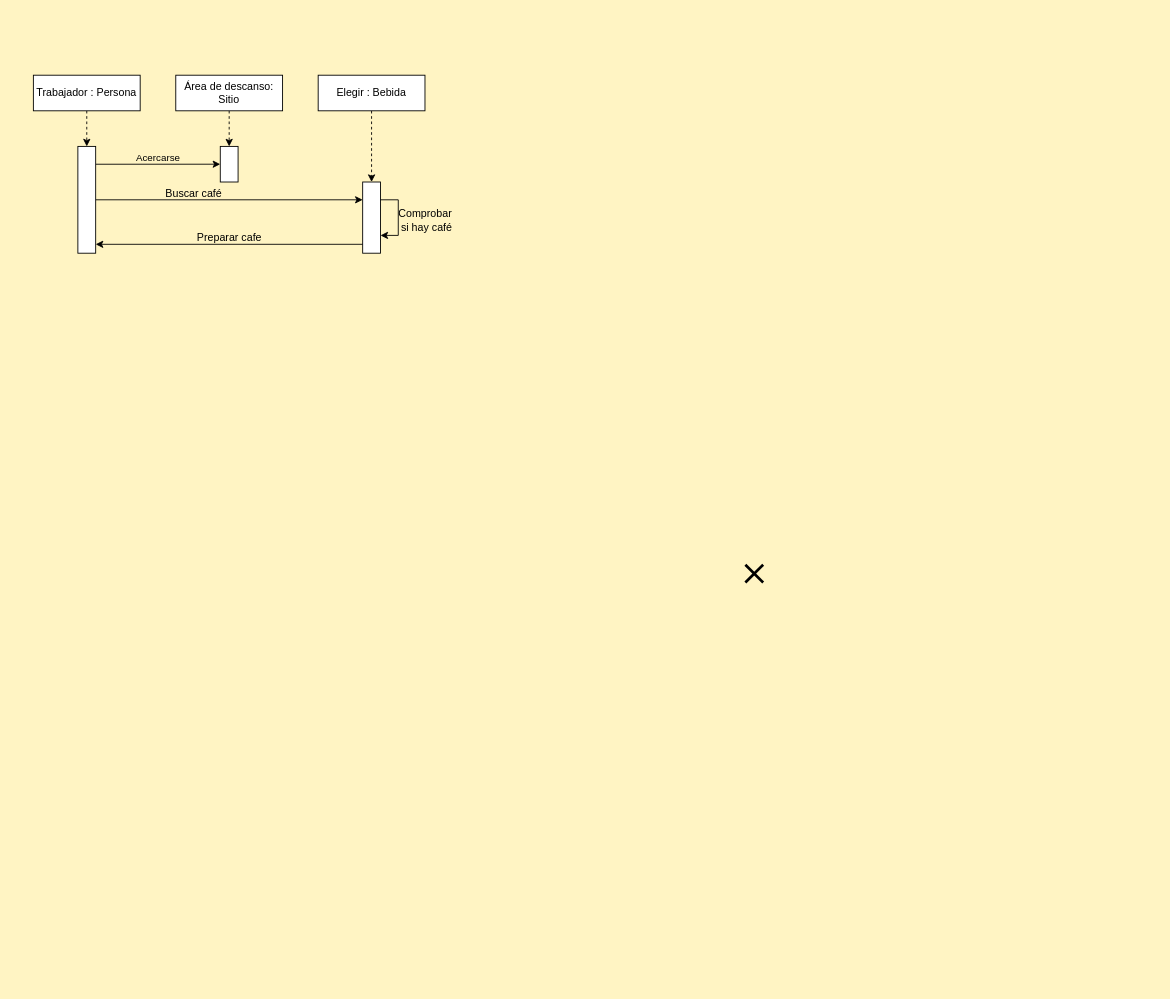
The draw.io diagram 02_Entornos de desarrollo/UT_6/Ejercicios06/Ejercicios/Ejer08/Ejer08.drawio in antgomper/Curso_23-24_DAW, before the edit. Source tidied: cells renumbered, new cells numbered last; positions are measured from the earlier drawing's top-left corner, leaving out a move shared by most shapes. Both pictures are drawn from the tidied source at 89%, with x=0, y=0 at pixel (33, 75).
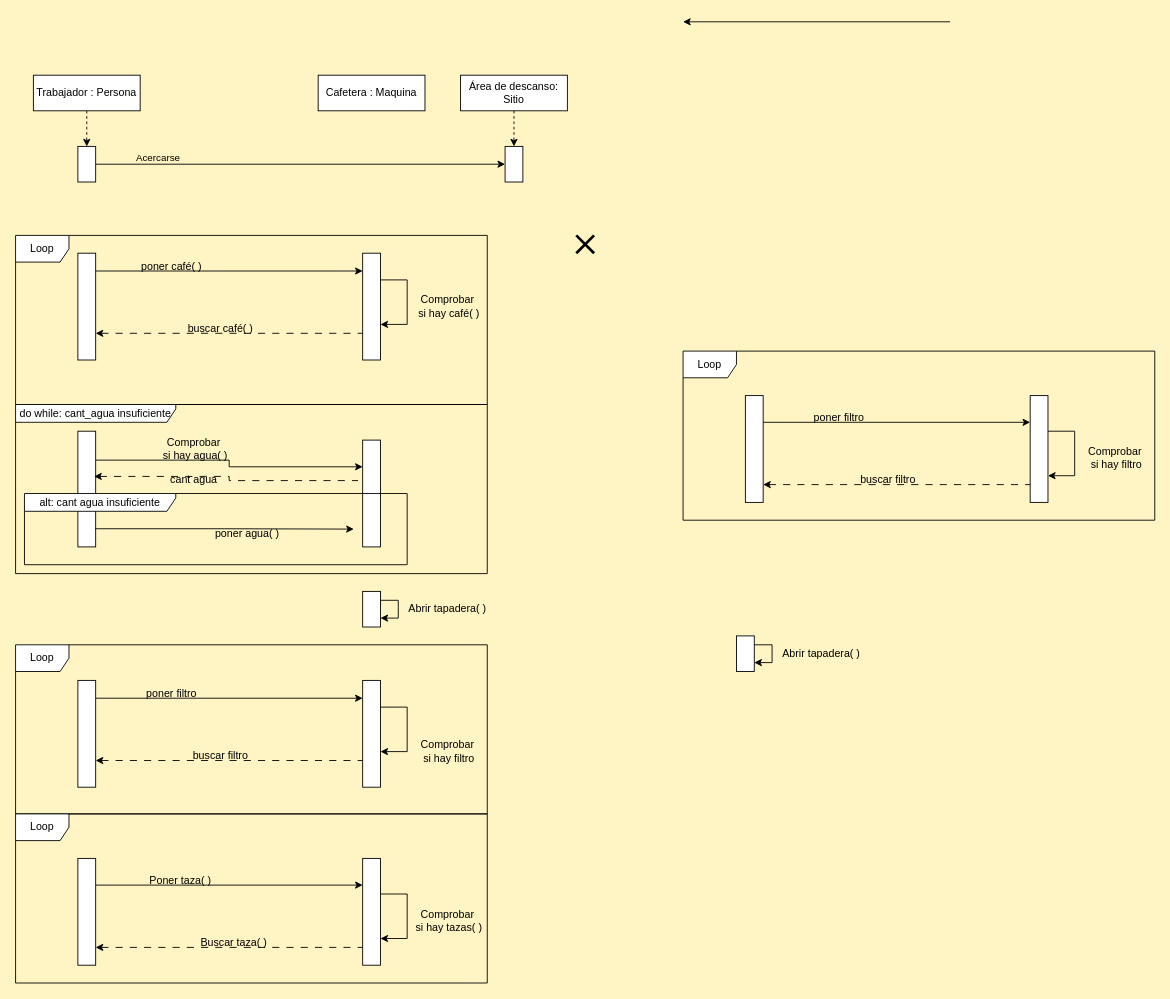
Above is the later version.

Unchanged cells that the change refers to:
```xml
<mxCell id="3" value="Trabajador : Persona" style="rounded=0;whiteSpace=wrap;html=1;" parent="1" vertex="1">
  <mxGeometry width="120" height="40" as="geometry" />
</mxCell>
```

Diff of the diagram source:
```diff
@@
-    <mxCell id="2" style="edgeStyle=orthogonalEdgeStyle;rounded=0;jettySize=auto;html=1;exitX=0.5;exitY=1;exitDx=0;exitDy=0;dashed=1;" parent="1" edge="1" source="3" target="6">
-      <mxGeometry relative="1" as="geometry" />
-    </mxCell>
+    <mxCell id="20" style="edgeStyle=orthogonalEdgeStyle;rounded=0;jettySize=auto;html=1;exitX=0.5;exitY=1;exitDx=0;exitDy=0;entryX=0.5;entryY=0;entryDx=0;entryDy=0;startArrow=none;startFill=0;dashed=1;" parent="1" edge="1" source="3" target="26">
+      <mxGeometry relative="1" as="geometry" />
+    </mxCell>
@@
-    <mxCell id="4" style="edgeStyle=orthogonalEdgeStyle;rounded=0;jettySize=auto;html=1;exitX=1;exitY=0.167;exitDx=0;exitDy=0;entryX=0;entryY=0.5;entryDx=0;entryDy=0;exitPerimeter=0;" parent="1" edge="1" source="6" target="10">
+    <mxCell id="4" style="edgeStyle=orthogonalEdgeStyle;rounded=0;jettySize=auto;html=1;entryX=0;entryY=0.5;entryDx=0;entryDy=0;jumpStyle=none;jumpSize=5;exitX=1;exitY=0.5;exitDx=0;exitDy=0;" parent="1" edge="1" source="26" target="10">
       <mxGeometry relative="1" as="geometry" />
     </mxCell>
-    <mxCell id="5" style="edgeStyle=orthogonalEdgeStyle;rounded=0;jettySize=auto;html=1;exitX=1;exitY=0.5;exitDx=0;exitDy=0;entryX=0;entryY=0.25;entryDx=0;entryDy=0;" parent="1" edge="1" source="6" target="14">
-      <mxGeometry relative="1" as="geometry" />
-    </mxCell>
     <mxCell id="6" style="rounded=0;whiteSpace=wrap;html=1;" parent="1" vertex="1">
-      <mxGeometry x="50" y="80" width="20" height="120" as="geometry" />
+      <mxGeometry x="50" y="200" width="20" height="120" as="geometry" />
     </mxCell>
     <mxCell id="7" style="shape=umlDestroy;whiteSpace=wrap;html=1;strokeWidth=3;targetShapes=umlLifeline;" parent="1" vertex="1">
-      <mxGeometry x="800" y="550" width="20" height="20" as="geometry" />
+      <mxGeometry x="610" y="180" width="20" height="20" as="geometry" />
     </mxCell>
@@
     <mxCell id="9" value="Área de descanso: Sitio" style="rounded=0;whiteSpace=wrap;html=1;" parent="1" vertex="1">
-      <mxGeometry x="160" width="120" height="40" as="geometry" />
+      <mxGeometry x="480" width="120" height="40" as="geometry" />
     </mxCell>
     <mxCell id="10" style="rounded=0;whiteSpace=wrap;html=1;" parent="1" vertex="1">
-      <mxGeometry x="210" y="80" width="20" height="40" as="geometry" />
+      <mxGeometry x="530" y="80" width="20" height="40" as="geometry" />
     </mxCell>
@@
-    <mxCell id="12" style="edgeStyle=orthogonalEdgeStyle;rounded=0;jettySize=auto;html=1;exitX=0.5;exitY=1;exitDx=0;exitDy=0;entryX=0.5;entryY=0;entryDx=0;entryDy=0;dashed=1;" parent="1" edge="1" source="13" target="14">
-      <mxGeometry relative="1" as="geometry" />
-    </mxCell>
-    <mxCell id="13" value="Elegir : Bebida" style="rounded=0;whiteSpace=wrap;html=1;" parent="1" vertex="1">
+    <mxCell id="13" value="Cafetera : Maquina" style="rounded=0;whiteSpace=wrap;html=1;" parent="1" vertex="1">
       <mxGeometry x="320" width="120" height="40" as="geometry" />
     </mxCell>
     <mxCell id="14" style="rounded=0;whiteSpace=wrap;html=1;" parent="1" vertex="1">
-      <mxGeometry x="370" y="120" width="20" height="80" as="geometry" />
+      <mxGeometry x="370" y="200" width="20" height="120" as="geometry" />
     </mxCell>
-    <mxCell id="15" value="Buscar café" style="text;html=1;align=center;verticalAlign=middle;strokeColor=none;fillColor=none;" parent="1" vertex="1">
-      <mxGeometry x="135" y="118" width="90" height="30" as="geometry" />
-    </mxCell>
-    <mxCell id="16" style="edgeStyle=orthogonalEdgeStyle;rounded=0;orthogonalLoop=1;jettySize=auto;html=1;exitX=1;exitY=0.25;exitDx=0;exitDy=0;entryX=1;entryY=0.75;entryDx=0;entryDy=0;" parent="1" edge="1" source="14" target="14">
-      <mxGeometry relative="1" as="geometry" />
-    </mxCell>
     <mxCell id="17" style="edgeStyle=orthogonalEdgeStyle;rounded=0;orthogonalLoop=1;jettySize=auto;html=1;exitX=1;exitY=0.5;exitDx=0;exitDy=0;entryX=0;entryY=0.25;entryDx=0;entryDy=0;startArrow=classic;startFill=1;endArrow=none;endFill=0;" parent="1" edge="1">
       <mxGeometry relative="1" as="geometry">
-        <mxPoint x="70" y="190" as="sourcePoint" />
-        <mxPoint x="370" y="190" as="targetPoint" />
+        <mxPoint x="730" y="-60" as="sourcePoint" />
+        <mxPoint x="1030" y="-60" as="targetPoint" />
       </mxGeometry>
     </mxCell>
-    <mxCell id="18" value="&lt;div&gt;Comprobar&lt;/div&gt;&lt;div&gt;&amp;nbsp;si hay café&lt;/div&gt;" style="text;html=1;align=center;verticalAlign=middle;strokeColor=none;fillColor=none;" parent="1" vertex="1">
-      <mxGeometry x="400" y="143" width="80" height="40" as="geometry" />
+    <mxCell id="18" value="&lt;div&gt;Comprobar&lt;/div&gt;&lt;div&gt;&amp;nbsp;si hay café( )&lt;br&gt;&lt;/div&gt;" style="text;html=1;align=center;verticalAlign=middle;strokeColor=none;fillColor=none;" parent="1" vertex="1">
+      <mxGeometry x="415" y="240" width="100" height="40" as="geometry" />
     </mxCell>
-    <mxCell id="19" value="Preparar cafe" style="text;html=1;align=center;verticalAlign=middle;strokeColor=none;fillColor=none;" parent="1" vertex="1">
-      <mxGeometry x="170" y="168" width="100" height="30" as="geometry" />
-    </mxCell>
+    <mxCell id="21" style="edgeStyle=orthogonalEdgeStyle;rounded=0;orthogonalLoop=1;jettySize=auto;html=1;exitX=1;exitY=0.25;exitDx=0;exitDy=0;entryX=1;entryY=0.5;entryDx=0;entryDy=0;" parent="1" edge="1">
+      <mxGeometry relative="1" as="geometry">
+        <mxPoint x="390" y="230" as="sourcePoint" />
+        <mxPoint x="390" y="280" as="targetPoint" />
+        <Array as="points">
+          <mxPoint x="420" y="230" />
+          <mxPoint x="420" y="280" />
+        </Array>
+      </mxGeometry>
+    </mxCell>
+    <mxCell id="22" style="edgeStyle=orthogonalEdgeStyle;rounded=0;orthogonalLoop=1;jettySize=auto;html=1;exitX=1;exitY=0.5;exitDx=0;exitDy=0;entryX=0;entryY=0.25;entryDx=0;entryDy=0;startArrow=none;startFill=0;endArrow=classic;endFill=1;" parent="1" edge="1">
+      <mxGeometry relative="1" as="geometry">
+        <mxPoint x="70" y="220" as="sourcePoint" />
+        <mxPoint x="370" y="220" as="targetPoint" />
+      </mxGeometry>
+    </mxCell>
+    <mxCell id="23" style="edgeStyle=orthogonalEdgeStyle;rounded=0;orthogonalLoop=1;jettySize=auto;html=1;exitX=1;exitY=0.5;exitDx=0;exitDy=0;entryX=0;entryY=0.25;entryDx=0;entryDy=0;startArrow=classic;startFill=1;endArrow=none;endFill=0;dashed=1;dashPattern=8 8;" parent="1" edge="1">
+      <mxGeometry relative="1" as="geometry">
+        <mxPoint x="70" y="290" as="sourcePoint" />
+        <mxPoint x="370" y="290" as="targetPoint" />
+      </mxGeometry>
+    </mxCell>
+    <mxCell id="24" value="poner café( )" style="text;html=1;align=center;verticalAlign=middle;strokeColor=none;fillColor=none;" parent="1" vertex="1">
+      <mxGeometry x="110" y="200" width="90" height="30" as="geometry" />
+    </mxCell>
+    <mxCell id="25" value="&lt;div&gt;buscar café( )&lt;br&gt;&lt;/div&gt;" style="text;html=1;align=center;verticalAlign=middle;strokeColor=none;fillColor=none;" parent="1" vertex="1">
+      <mxGeometry x="160" y="270" width="100" height="30" as="geometry" />
+    </mxCell>
+    <mxCell id="26" style="rounded=0;whiteSpace=wrap;html=1;" parent="1" vertex="1">
+      <mxGeometry x="50" y="80" width="20" height="40" as="geometry" />
+    </mxCell>
+    <mxCell id="27" value="Loop" style="shape=umlFrame;whiteSpace=wrap;html=1;" parent="1" vertex="1">
+      <mxGeometry x="-20" y="180" width="530" height="190" as="geometry" />
+    </mxCell>
+    <mxCell id="28" style="edgeStyle=orthogonalEdgeStyle;rounded=0;jettySize=auto;html=1;exitX=1;exitY=0.25;exitDx=0;exitDy=0;entryX=0;entryY=0.25;entryDx=0;entryDy=0;" parent="1" edge="1" source="29" target="30">
+      <mxGeometry relative="1" as="geometry" />
+    </mxCell>
+    <mxCell id="29" style="rounded=0;whiteSpace=wrap;html=1;" parent="1" vertex="1">
+      <mxGeometry x="50" y="400" width="20" height="130" as="geometry" />
+    </mxCell>
+    <mxCell id="30" style="rounded=0;whiteSpace=wrap;html=1;" parent="1" vertex="1">
+      <mxGeometry x="370" y="410" width="20" height="120" as="geometry" />
+    </mxCell>
+    <mxCell id="31" value="&lt;div&gt;Comprobar&lt;/div&gt;&lt;div&gt;&amp;nbsp;si hay agua( )&lt;br&gt;&lt;/div&gt;" style="text;html=1;align=center;verticalAlign=middle;strokeColor=none;fillColor=none;" parent="1" vertex="1">
+      <mxGeometry x="130" y="400" width="100" height="40" as="geometry" />
+    </mxCell>
+    <mxCell id="32" style="edgeStyle=orthogonalEdgeStyle;rounded=0;jettySize=auto;html=1;exitX=0.974;exitY=0.843;exitDx=0;exitDy=0;startArrow=none;startFill=0;endArrow=classic;endFill=1;exitPerimeter=0;" parent="1" edge="1" source="29">
+      <mxGeometry relative="1" as="geometry">
+        <mxPoint x="360" y="510" as="targetPoint" />
+      </mxGeometry>
+    </mxCell>
+    <mxCell id="33" style="edgeStyle=orthogonalEdgeStyle;rounded=0;jettySize=auto;html=1;exitX=0.915;exitY=0.391;exitDx=0;exitDy=0;entryX=-0.262;entryY=0.379;entryDx=0;entryDy=0;startArrow=classic;startFill=1;endArrow=none;endFill=0;dashed=1;dashPattern=8 8;entryPerimeter=0;exitPerimeter=0;" parent="1" edge="1" source="29" target="30">
+      <mxGeometry relative="1" as="geometry" />
+    </mxCell>
+    <mxCell id="34" value="poner agua( )" style="text;html=1;align=center;verticalAlign=middle;strokeColor=none;fillColor=none;" parent="1" vertex="1">
+      <mxGeometry x="190" y="500" width="100" height="30" as="geometry" />
+    </mxCell>
+    <mxCell id="35" value="cant agua" style="text;html=1;align=center;verticalAlign=middle;strokeColor=none;fillColor=none;" parent="1" vertex="1">
+      <mxGeometry x="140" y="440" width="80" height="30" as="geometry" />
+    </mxCell>
+    <mxCell id="36" value="do while: cant_agua insuficiente" style="shape=umlFrame;whiteSpace=wrap;html=1;width=180;height=20;" parent="1" vertex="1">
+      <mxGeometry x="-20" y="370" width="530" height="190" as="geometry" />
+    </mxCell>
+    <mxCell id="37" style="rounded=0;whiteSpace=wrap;html=1;" parent="1" vertex="1">
+      <mxGeometry x="50" y="680" width="20" height="120" as="geometry" />
+    </mxCell>
+    <mxCell id="38" style="rounded=0;whiteSpace=wrap;html=1;" parent="1" vertex="1">
+      <mxGeometry x="370" y="680" width="20" height="120" as="geometry" />
+    </mxCell>
+    <mxCell id="39" value="&lt;div&gt;Comprobar&lt;/div&gt;&lt;div&gt;&amp;nbsp;si hay filtro&lt;br&gt;&lt;/div&gt;" style="text;html=1;align=center;verticalAlign=middle;strokeColor=none;fillColor=none;" parent="1" vertex="1">
+      <mxGeometry x="425" y="740" width="80" height="40" as="geometry" />
+    </mxCell>
+    <mxCell id="40" style="edgeStyle=orthogonalEdgeStyle;rounded=0;orthogonalLoop=1;jettySize=auto;html=1;exitX=1;exitY=0.25;exitDx=0;exitDy=0;entryX=1;entryY=0.5;entryDx=0;entryDy=0;" parent="1" edge="1">
+      <mxGeometry relative="1" as="geometry">
+        <mxPoint x="390" y="710" as="sourcePoint" />
+        <mxPoint x="390" y="760" as="targetPoint" />
+        <Array as="points">
+          <mxPoint x="420" y="710" />
+          <mxPoint x="420" y="760" />
+        </Array>
+      </mxGeometry>
+    </mxCell>
+    <mxCell id="41" style="edgeStyle=orthogonalEdgeStyle;rounded=0;orthogonalLoop=1;jettySize=auto;html=1;exitX=1;exitY=0.5;exitDx=0;exitDy=0;entryX=0;entryY=0.25;entryDx=0;entryDy=0;startArrow=none;startFill=0;endArrow=classic;endFill=1;" parent="1" edge="1">
+      <mxGeometry relative="1" as="geometry">
+        <mxPoint x="70" y="700" as="sourcePoint" />
+        <mxPoint x="370" y="700" as="targetPoint" />
+      </mxGeometry>
+    </mxCell>
+    <mxCell id="42" style="edgeStyle=orthogonalEdgeStyle;rounded=0;orthogonalLoop=1;jettySize=auto;html=1;exitX=1;exitY=0.5;exitDx=0;exitDy=0;entryX=0;entryY=0.25;entryDx=0;entryDy=0;startArrow=classic;startFill=1;endArrow=none;endFill=0;dashed=1;dashPattern=8 8;" parent="1" edge="1">
+      <mxGeometry relative="1" as="geometry">
+        <mxPoint x="70" y="770" as="sourcePoint" />
+        <mxPoint x="370" y="770" as="targetPoint" />
+      </mxGeometry>
+    </mxCell>
+    <mxCell id="43" value="poner filtro" style="text;html=1;align=center;verticalAlign=middle;strokeColor=none;fillColor=none;" parent="1" vertex="1">
+      <mxGeometry x="115" y="680" width="80" height="30" as="geometry" />
+    </mxCell>
+    <mxCell id="44" value="buscar filtro" style="text;html=1;align=center;verticalAlign=middle;strokeColor=none;fillColor=none;" parent="1" vertex="1">
+      <mxGeometry x="165" y="750" width="90" height="30" as="geometry" />
+    </mxCell>
+    <mxCell id="45" value="Loop" style="shape=umlFrame;whiteSpace=wrap;html=1;" parent="1" vertex="1">
+      <mxGeometry x="-20" y="640" width="530" height="190" as="geometry" />
+    </mxCell>
+    <mxCell id="46" style="rounded=0;whiteSpace=wrap;html=1;" parent="1" vertex="1">
+      <mxGeometry x="800" y="360" width="20" height="120" as="geometry" />
+    </mxCell>
+    <mxCell id="47" style="rounded=0;whiteSpace=wrap;html=1;" parent="1" vertex="1">
+      <mxGeometry x="1120" y="360" width="20" height="120" as="geometry" />
+    </mxCell>
+    <mxCell id="48" value="&lt;div&gt;Comprobar&lt;/div&gt;&lt;div&gt;&amp;nbsp;si hay filtro&lt;br&gt;&lt;/div&gt;" style="text;html=1;align=center;verticalAlign=middle;strokeColor=none;fillColor=none;" parent="1" vertex="1">
+      <mxGeometry x="1175" y="410" width="80" height="40" as="geometry" />
+    </mxCell>
+    <mxCell id="49" style="edgeStyle=orthogonalEdgeStyle;rounded=0;orthogonalLoop=1;jettySize=auto;html=1;exitX=1;exitY=0.25;exitDx=0;exitDy=0;entryX=1;entryY=0.5;entryDx=0;entryDy=0;" parent="1" edge="1">
+      <mxGeometry relative="1" as="geometry">
+        <mxPoint x="1140" y="400" as="sourcePoint" />
+        <mxPoint x="1140" y="450" as="targetPoint" />
+        <Array as="points">
+          <mxPoint x="1170" y="400" />
+          <mxPoint x="1170" y="450" />
+        </Array>
+      </mxGeometry>
+    </mxCell>
+    <mxCell id="50" style="edgeStyle=orthogonalEdgeStyle;rounded=0;orthogonalLoop=1;jettySize=auto;html=1;exitX=1;exitY=0.5;exitDx=0;exitDy=0;entryX=0;entryY=0.25;entryDx=0;entryDy=0;startArrow=none;startFill=0;endArrow=classic;endFill=1;" parent="1" edge="1">
+      <mxGeometry relative="1" as="geometry">
+        <mxPoint x="820" y="390" as="sourcePoint" />
+        <mxPoint x="1120" y="390" as="targetPoint" />
+      </mxGeometry>
+    </mxCell>
+    <mxCell id="51" style="edgeStyle=orthogonalEdgeStyle;rounded=0;orthogonalLoop=1;jettySize=auto;html=1;exitX=1;exitY=0.5;exitDx=0;exitDy=0;entryX=0;entryY=0.25;entryDx=0;entryDy=0;startArrow=classic;startFill=1;endArrow=none;endFill=0;dashed=1;dashPattern=8 8;" parent="1" edge="1">
+      <mxGeometry relative="1" as="geometry">
+        <mxPoint x="820" y="460" as="sourcePoint" />
+        <mxPoint x="1120" y="460" as="targetPoint" />
+      </mxGeometry>
+    </mxCell>
+    <mxCell id="52" value="poner filtro" style="text;html=1;align=center;verticalAlign=middle;strokeColor=none;fillColor=none;" parent="1" vertex="1">
+      <mxGeometry x="865" y="370" width="80" height="30" as="geometry" />
+    </mxCell>
+    <mxCell id="53" value="buscar filtro" style="text;html=1;align=center;verticalAlign=middle;strokeColor=none;fillColor=none;" parent="1" vertex="1">
+      <mxGeometry x="915" y="440" width="90" height="30" as="geometry" />
+    </mxCell>
+    <mxCell id="54" value="Loop" style="shape=umlFrame;whiteSpace=wrap;html=1;" parent="1" vertex="1">
+      <mxGeometry x="730" y="310" width="530" height="190" as="geometry" />
+    </mxCell>
+    <mxCell id="55" style="rounded=0;whiteSpace=wrap;html=1;" parent="1" vertex="1">
+      <mxGeometry x="370" y="580" width="20" height="40" as="geometry" />
+    </mxCell>
+    <mxCell id="56" style="edgeStyle=orthogonalEdgeStyle;rounded=0;orthogonalLoop=1;jettySize=auto;html=1;exitX=1;exitY=0.25;exitDx=0;exitDy=0;entryX=1;entryY=0.75;entryDx=0;entryDy=0;" parent="1" edge="1" source="55" target="55">
+      <mxGeometry relative="1" as="geometry">
+        <Array as="points">
+          <mxPoint x="410" y="590" />
+          <mxPoint x="410" y="610" />
+        </Array>
+      </mxGeometry>
+    </mxCell>
+    <mxCell id="57" value="Abrir tapadera( )" style="text;html=1;align=center;verticalAlign=middle;strokeColor=none;fillColor=none;" parent="1" vertex="1">
+      <mxGeometry x="410" y="585" width="110" height="30" as="geometry" />
+    </mxCell>
+    <mxCell id="58" style="rounded=0;whiteSpace=wrap;html=1;" parent="1" vertex="1">
+      <mxGeometry x="790" y="630" width="20" height="40" as="geometry" />
+    </mxCell>
+    <mxCell id="59" style="edgeStyle=orthogonalEdgeStyle;rounded=0;orthogonalLoop=1;jettySize=auto;html=1;exitX=1;exitY=0.25;exitDx=0;exitDy=0;entryX=1;entryY=0.75;entryDx=0;entryDy=0;" parent="1" edge="1" source="58" target="58">
+      <mxGeometry relative="1" as="geometry">
+        <Array as="points">
+          <mxPoint x="830" y="640" />
+          <mxPoint x="830" y="660" />
+        </Array>
+      </mxGeometry>
+    </mxCell>
+    <mxCell id="60" value="Abrir tapadera( )" style="text;html=1;align=center;verticalAlign=middle;strokeColor=none;fillColor=none;" parent="1" vertex="1">
+      <mxGeometry x="830" y="635" width="110" height="30" as="geometry" />
+    </mxCell>
+    <mxCell id="61" style="rounded=0;whiteSpace=wrap;html=1;" parent="1" vertex="1">
+      <mxGeometry x="50" y="880" width="20" height="120" as="geometry" />
+    </mxCell>
+    <mxCell id="62" style="rounded=0;whiteSpace=wrap;html=1;" parent="1" vertex="1">
+      <mxGeometry x="370" y="880" width="20" height="120" as="geometry" />
+    </mxCell>
+    <mxCell id="63" value="&lt;div&gt;Comprobar&lt;/div&gt;&lt;div&gt;&amp;nbsp;si hay tazas( )&lt;br&gt;&lt;/div&gt;" style="text;html=1;align=center;verticalAlign=middle;strokeColor=none;fillColor=none;" parent="1" vertex="1">
+      <mxGeometry x="415" y="930" width="100" height="40" as="geometry" />
+    </mxCell>
+    <mxCell id="64" style="edgeStyle=orthogonalEdgeStyle;rounded=0;orthogonalLoop=1;jettySize=auto;html=1;exitX=1;exitY=0.25;exitDx=0;exitDy=0;entryX=1;entryY=0.5;entryDx=0;entryDy=0;" parent="1" edge="1">
+      <mxGeometry relative="1" as="geometry">
+        <mxPoint x="390" y="920" as="sourcePoint" />
+        <mxPoint x="390" y="970" as="targetPoint" />
+        <Array as="points">
+          <mxPoint x="420" y="920" />
+          <mxPoint x="420" y="970" />
+        </Array>
+      </mxGeometry>
+    </mxCell>
+    <mxCell id="65" style="edgeStyle=orthogonalEdgeStyle;rounded=0;orthogonalLoop=1;jettySize=auto;html=1;exitX=1;exitY=0.5;exitDx=0;exitDy=0;entryX=0;entryY=0.25;entryDx=0;entryDy=0;startArrow=none;startFill=0;endArrow=classic;endFill=1;" parent="1" edge="1">
+      <mxGeometry relative="1" as="geometry">
+        <mxPoint x="70" y="910" as="sourcePoint" />
+        <mxPoint x="370" y="910" as="targetPoint" />
+      </mxGeometry>
+    </mxCell>
+    <mxCell id="66" style="edgeStyle=orthogonalEdgeStyle;rounded=0;orthogonalLoop=1;jettySize=auto;html=1;exitX=1;exitY=0.5;exitDx=0;exitDy=0;entryX=0;entryY=0.25;entryDx=0;entryDy=0;startArrow=classic;startFill=1;endArrow=none;endFill=0;dashed=1;dashPattern=8 8;" parent="1" edge="1">
+      <mxGeometry relative="1" as="geometry">
+        <mxPoint x="70" y="980" as="sourcePoint" />
+        <mxPoint x="370" y="980" as="targetPoint" />
+      </mxGeometry>
+    </mxCell>
+    <mxCell id="67" value="Buscar taza( )" style="text;html=1;align=center;verticalAlign=middle;strokeColor=none;fillColor=none;" parent="1" vertex="1">
+      <mxGeometry x="175" y="960" width="100" height="30" as="geometry" />
+    </mxCell>
+    <mxCell id="68" value="Poner taza( )" style="text;html=1;align=center;verticalAlign=middle;strokeColor=none;fillColor=none;" parent="1" vertex="1">
+      <mxGeometry x="120" y="890" width="90" height="30" as="geometry" />
+    </mxCell>
+    <mxCell id="69" value="Loop" style="shape=umlFrame;whiteSpace=wrap;html=1;" parent="1" vertex="1">
+      <mxGeometry x="-20" y="830" width="530" height="190" as="geometry" />
+    </mxCell>
+    <mxCell id="70" value="alt: cant agua insuficiente" style="shape=umlFrame;whiteSpace=wrap;html=1;width=170;height=20;" parent="1" vertex="1">
+      <mxGeometry x="-10" y="470" width="430" height="80" as="geometry" />
+    </mxCell>
```
